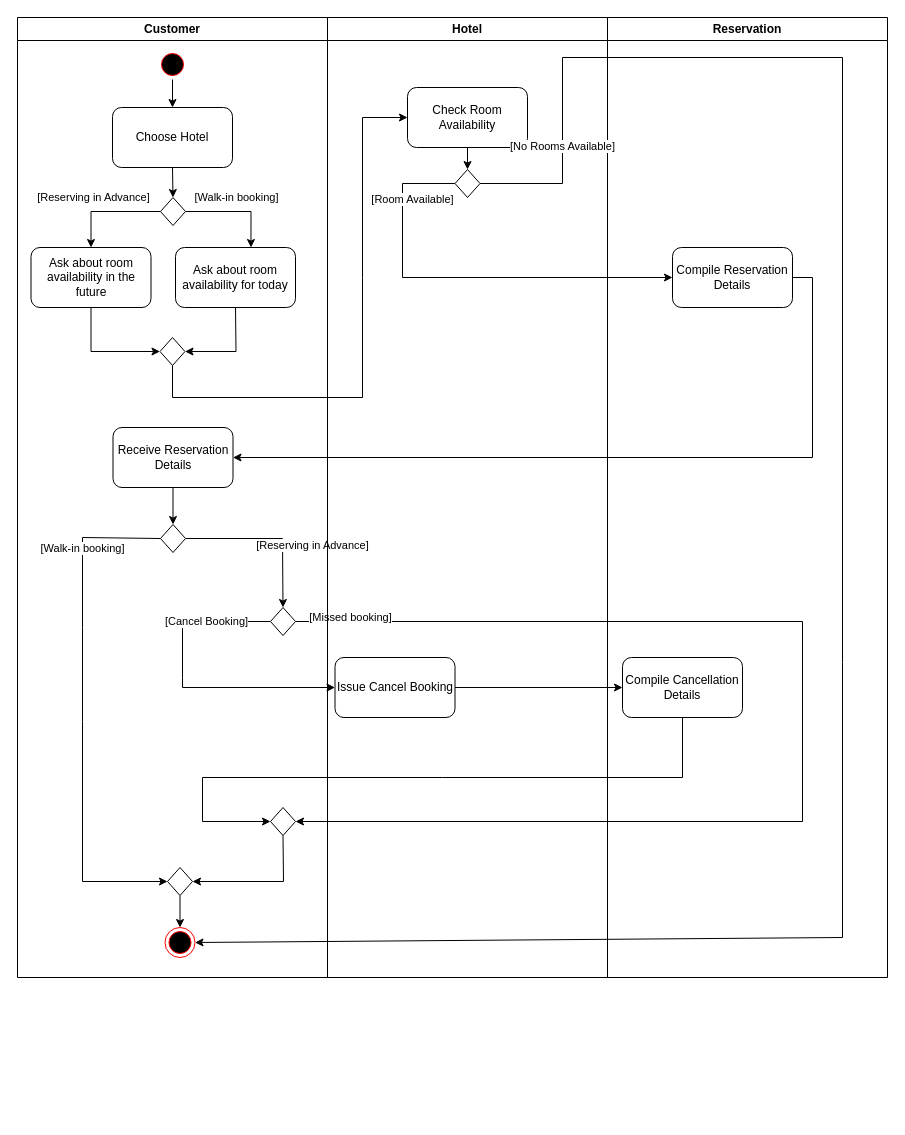
Before: week1/Assing2 Hotel Activity Diagram.drawio in Darren-ODonnell/BusinessModellingDiagrams, a draw.io diagram. Source tidied: cells renumbered, new cells numbered last; positions are measured from the earlier drawing's top-left corner, leaving out a move shared by most shapes. Both pictures are drawn from the tidied source at 100%, with x=0, y=0 at pixel (17, 17).
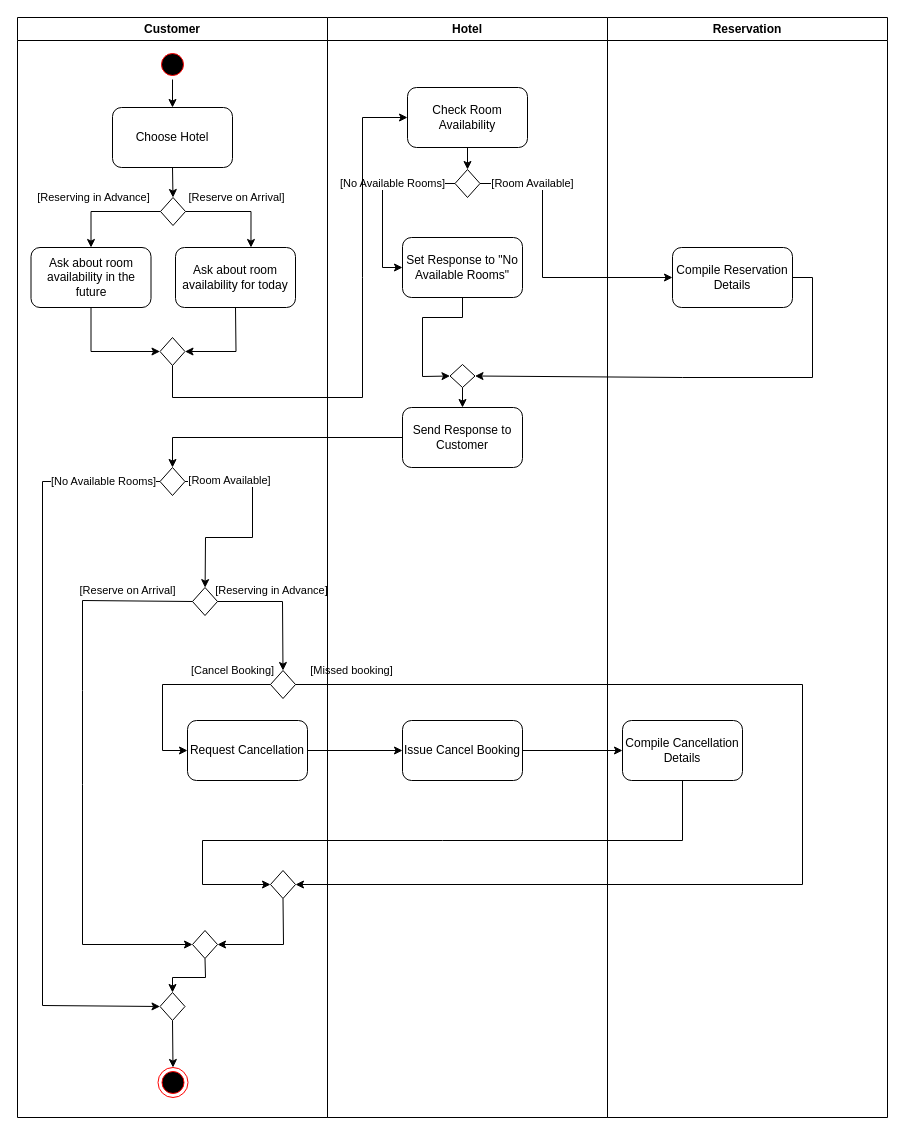
Above is the later version.

The change refers to these unchanged cells:
```xml
<mxCell id="6" value="Ask about room availability for today" style="rounded=1;whiteSpace=wrap;html=1;" parent="2" vertex="1">
  <mxGeometry x="158" y="230" width="120" height="60" as="geometry" />
</mxCell>
<mxCell id="9" style="rhombus;whiteSpace=wrap;html=1;" parent="2" vertex="1">
  <mxGeometry x="143" y="180" width="25" height="28" as="geometry" />
</mxCell>
<mxCell id="30" style="rhombus;whiteSpace=wrap;html=1;" parent="27" vertex="1">
  <mxGeometry x="127.5" y="152" width="25" height="28" as="geometry" />
</mxCell>
<mxCell id="34" value="Compile Reservation Details" style="rounded=1;whiteSpace=wrap;html=1;" parent="33" vertex="1">
  <mxGeometry x="65" y="230" width="120" height="60" as="geometry" />
</mxCell>
```

The edit, as a diff of the source:
```diff
@@
     <mxCell id="2" value="Customer" style="swimlane;whiteSpace=wrap;" parent="1" vertex="1">
-      <mxGeometry width="310" height="960" as="geometry" />
+      <mxGeometry width="310" height="1100" as="geometry" />
     </mxCell>
@@
-    <mxCell id="8" value="[Walk-in booking]" style="edgeStyle=none;rounded=0;jettySize=auto;html=1;exitX=1;exitY=0.5;exitDx=0;exitDy=0;entryX=0.629;entryY=0;entryDx=0;entryDy=0;entryPerimeter=0;" parent="2" edge="1" source="9" target="6">
+    <mxCell id="8" value="[Reserve on Arrival]" style="edgeStyle=none;rounded=0;jettySize=auto;html=1;exitX=1;exitY=0.5;exitDx=0;exitDy=0;entryX=0.629;entryY=0;entryDx=0;entryDy=0;entryPerimeter=0;" parent="2" edge="1" source="9" target="6">
       <mxGeometry x="-0.01" y="14" relative="1" as="geometry">
         <Array as="points">
           <mxPoint x="233.5" y="194" />
         </Array>
         <mxPoint x="1" as="offset" />
       </mxGeometry>
     </mxCell>
@@
     <mxCell id="14" style="ellipse;html=1;shape=endState;fillColor=#000000;strokeColor=#ff0000;" parent="2" vertex="1">
-      <mxGeometry x="147.5" y="910" width="30" height="30" as="geometry" />
+      <mxGeometry x="140.5" y="1050" width="30" height="30" as="geometry" />
     </mxCell>
     <mxCell id="15" style="rhombus;whiteSpace=wrap;html=1;" parent="2" vertex="1">
-      <mxGeometry x="143" y="507" width="25" height="28" as="geometry" />
+      <mxGeometry x="175" y="570" width="25" height="28" as="geometry" />
     </mxCell>
@@
-    <mxCell id="17" style="edgeStyle=none;rounded=0;jettySize=auto;html=1;exitX=0.5;exitY=1;exitDx=0;exitDy=0;entryX=0.5;entryY=0;entryDx=0;entryDy=0;" parent="2" edge="1" source="18" target="15">
-      <mxGeometry relative="1" as="geometry" />
-    </mxCell>
-    <mxCell id="18" value="Receive Reservation Details" style="rounded=1;whiteSpace=wrap;html=1;" parent="2" vertex="1">
-      <mxGeometry x="95.5" y="410" width="120" height="60" as="geometry" />
-    </mxCell>
-    <mxCell id="19" value="[Walk-in booking]" style="edgeStyle=none;rounded=0;jettySize=auto;html=1;exitX=0;exitY=0.5;exitDx=0;exitDy=0;entryX=0;entryY=0.5;entryDx=0;entryDy=0;" parent="2" edge="1" source="15" target="22">
-      <mxGeometry x="-0.65" relative="1" as="geometry">
+    <mxCell id="19" value="[Reserve on Arrival]" style="edgeStyle=none;rounded=0;jettySize=auto;html=1;exitX=0;exitY=0.5;exitDx=0;exitDy=0;entryX=0;entryY=0.5;entryDx=0;entryDy=0;" parent="2" edge="1" source="15" target="22">
+      <mxGeometry x="-0.77" y="-10" relative="1" as="geometry">
         <Array as="points">
-          <mxPoint x="65" y="520" />
-          <mxPoint x="65" y="610" />
-          <mxPoint x="65" y="704" />
-          <mxPoint x="65" y="864" />
+          <mxPoint x="65" y="583" />
+          <mxPoint x="65" y="673" />
+          <mxPoint x="65" y="767" />
+          <mxPoint x="65" y="927" />
         </Array>
       </mxGeometry>
     </mxCell>
     <mxCell id="20" value="[Reserving in Advance]" style="edgeStyle=none;rounded=0;jettySize=auto;html=1;exitX=1;exitY=0.5;exitDx=0;exitDy=0;entryX=0.5;entryY=0;entryDx=0;entryDy=0;" parent="2" edge="1" source="15" target="23">
-      <mxGeometry x="0.25" y="30" relative="1" as="geometry">
+      <mxGeometry x="-0.19" y="11" relative="1" as="geometry">
         <Array as="points">
-          <mxPoint x="265" y="521" />
+          <mxPoint x="265" y="584" />
         </Array>
       </mxGeometry>
     </mxCell>
-    <mxCell id="21" style="edgeStyle=none;rounded=0;jettySize=auto;html=1;exitX=0.5;exitY=1;exitDx=0;exitDy=0;entryX=0.5;entryY=0;entryDx=0;entryDy=0;" parent="2" edge="1" source="22" target="14">
-      <mxGeometry relative="1" as="geometry" />
-    </mxCell>
+    <mxCell id="42" style="edgeStyle=none;rounded=0;jettySize=auto;html=1;exitX=0.5;exitY=1;exitDx=0;exitDy=0;entryX=0.5;entryY=0;entryDx=0;entryDy=0;" parent="2" edge="1" source="22" target="49">
+      <mxGeometry relative="1" as="geometry">
+        <Array as="points">
+          <mxPoint x="188" y="960" />
+          <mxPoint x="155" y="960" />
+        </Array>
+      </mxGeometry>
+    </mxCell>
     <mxCell id="22" style="rhombus;whiteSpace=wrap;html=1;" parent="2" vertex="1">
-      <mxGeometry x="150" y="850" width="25" height="28" as="geometry" />
+      <mxGeometry x="175" y="913" width="25" height="28" as="geometry" />
     </mxCell>
     <mxCell id="23" style="rhombus;whiteSpace=wrap;html=1;" parent="2" vertex="1">
-      <mxGeometry x="253" y="590" width="25" height="28" as="geometry" />
+      <mxGeometry x="253" y="653" width="25" height="28" as="geometry" />
     </mxCell>
     <mxCell id="24" style="edgeStyle=none;rounded=0;jettySize=auto;html=1;exitX=0.5;exitY=1;exitDx=0;exitDy=0;entryX=1;entryY=0.5;entryDx=0;entryDy=0;" parent="2" edge="1" source="25" target="22">
       <mxGeometry relative="1" as="geometry">
         <Array as="points">
-          <mxPoint x="266" y="864" />
+          <mxPoint x="266" y="927" />
         </Array>
       </mxGeometry>
     </mxCell>
     <mxCell id="25" style="rhombus;whiteSpace=wrap;html=1;" parent="2" vertex="1">
-      <mxGeometry x="253" y="790" width="25" height="28" as="geometry" />
+      <mxGeometry x="253" y="853" width="25" height="28" as="geometry" />
     </mxCell>
     <mxCell id="26" value="[Missed booking]" style="edgeStyle=none;rounded=0;jettySize=auto;html=1;exitX=1;exitY=0.5;exitDx=0;exitDy=0;entryX=1;entryY=0.5;entryDx=0;entryDy=0;" parent="2" edge="1" source="23" target="25">
-      <mxGeometry x="-0.91" y="4" relative="1" as="geometry">
+      <mxGeometry x="-0.91" y="14" relative="1" as="geometry">
         <Array as="points">
-          <mxPoint x="785" y="604" />
-          <mxPoint x="785" y="804" />
+          <mxPoint x="785" y="667" />
+          <mxPoint x="785" y="867" />
         </Array>
+        <mxPoint x="1" as="offset" />
       </mxGeometry>
     </mxCell>
+    <mxCell id="43" value="Request Cancellation" style="rounded=1;whiteSpace=wrap;html=1;" parent="2" vertex="1">
+      <mxGeometry x="170" y="703" width="120" height="60" as="geometry" />
+    </mxCell>
+    <mxCell id="39" value="[Cancel Booking]" style="edgeStyle=none;rounded=0;jettySize=auto;html=1;exitX=0;exitY=0.5;exitDx=0;exitDy=0;entryX=0;entryY=0.5;entryDx=0;entryDy=0;" parent="2" edge="1" source="23" target="43">
+      <mxGeometry x="-0.62" y="-14" relative="1" as="geometry">
+        <Array as="points">
+          <mxPoint x="145" y="667" />
+          <mxPoint x="145" y="733" />
+        </Array>
+      </mxGeometry>
+    </mxCell>
+    <mxCell id="44" value="[No Available Rooms]" style="edgeStyle=none;rounded=0;jettySize=auto;html=1;exitX=0;exitY=0.5;exitDx=0;exitDy=0;entryX=0;entryY=0.5;entryDx=0;entryDy=0;" parent="2" edge="1" target="49">
+      <mxGeometry x="-0.85" relative="1" as="geometry">
+        <mxPoint x="142.5" y="464" as="sourcePoint" />
+        <Array as="points">
+          <mxPoint x="85" y="464" />
+          <mxPoint x="25" y="464" />
+          <mxPoint x="25" y="988" />
+        </Array>
+      </mxGeometry>
+    </mxCell>
+    <mxCell id="45" style="edgeStyle=none;rounded=0;jettySize=auto;html=1;exitX=1;exitY=0.5;exitDx=0;exitDy=0;" parent="2" edge="1" source="47" target="15">
+      <mxGeometry relative="1" as="geometry">
+        <Array as="points">
+          <mxPoint x="235" y="464" />
+          <mxPoint x="235" y="520" />
+          <mxPoint x="188" y="520" />
+        </Array>
+      </mxGeometry>
+    </mxCell>
+    <mxCell id="46" value="[Room Available]" style="edgeLabel;html=1;align=center;verticalAlign=middle;" parent="45" vertex="1">
+      <mxGeometry x="-0.6" y="2" relative="1" as="geometry" />
+    </mxCell>
+    <mxCell id="47" style="rhombus;whiteSpace=wrap;html=1;" parent="2" vertex="1">
+      <mxGeometry x="142.5" y="450" width="25" height="28" as="geometry" />
+    </mxCell>
+    <mxCell id="48" style="edgeStyle=none;rounded=0;jettySize=auto;html=1;exitX=0.5;exitY=1;exitDx=0;exitDy=0;entryX=0.5;entryY=0;entryDx=0;entryDy=0;" parent="2" edge="1" source="49" target="14">
+      <mxGeometry relative="1" as="geometry" />
+    </mxCell>
+    <mxCell id="49" style="rhombus;whiteSpace=wrap;html=1;" parent="2" vertex="1">
+      <mxGeometry x="142.5" y="975" width="25" height="28" as="geometry" />
+    </mxCell>
     <mxCell id="27" value="Hotel" style="swimlane;whiteSpace=wrap;startSize=23;" parent="1" vertex="1">
-      <mxGeometry x="310" width="280" height="960" as="geometry" />
+      <mxGeometry x="310" width="280" height="1100" as="geometry" />
     </mxCell>
@@
+    <mxCell id="50" value="[No Available Rooms]" style="edgeStyle=none;rounded=0;jettySize=auto;html=1;exitX=0;exitY=0.5;exitDx=0;exitDy=0;entryX=0;entryY=0.5;entryDx=0;entryDy=0;" parent="27" edge="1" source="30" target="55">
+      <mxGeometry x="-0.29" relative="1" as="geometry">
+        <Array as="points">
+          <mxPoint x="55" y="166" />
+          <mxPoint x="55" y="250" />
+        </Array>
+      </mxGeometry>
+    </mxCell>
@@
     <mxCell id="31" value="Issue Cancel Booking" style="rounded=1;whiteSpace=wrap;html=1;" parent="27" vertex="1">
-      <mxGeometry x="7.5" y="640" width="120" height="60" as="geometry" />
+      <mxGeometry x="75" y="703" width="120" height="60" as="geometry" />
     </mxCell>
+    <mxCell id="51" value="Send Response to Customer" style="rounded=1;whiteSpace=wrap;html=1;" parent="27" vertex="1">
+      <mxGeometry x="75" y="390" width="120" height="60" as="geometry" />
+    </mxCell>
+    <mxCell id="52" style="edgeStyle=none;rounded=0;jettySize=auto;html=1;exitX=0.5;exitY=1;exitDx=0;exitDy=0;entryX=0.5;entryY=0;entryDx=0;entryDy=0;" parent="27" edge="1" source="53" target="51">
+      <mxGeometry relative="1" as="geometry" />
+    </mxCell>
+    <mxCell id="53" style="rhombus;whiteSpace=wrap;html=1;" parent="27" vertex="1">
+      <mxGeometry x="122.5" y="347" width="25" height="23" as="geometry" />
+    </mxCell>
+    <mxCell id="54" style="edgeStyle=none;rounded=0;jettySize=auto;html=1;exitX=0.5;exitY=1;exitDx=0;exitDy=0;entryX=0;entryY=0.5;entryDx=0;entryDy=0;" parent="27" edge="1" source="55" target="53">
+      <mxGeometry relative="1" as="geometry">
+        <Array as="points">
+          <mxPoint x="135" y="300" />
+          <mxPoint x="95" y="300" />
+          <mxPoint x="95" y="359" />
+        </Array>
+      </mxGeometry>
+    </mxCell>
+    <mxCell id="55" value="Set Response to &quot;No Available Rooms&quot;" style="rounded=1;whiteSpace=wrap;html=1;" parent="27" vertex="1">
+      <mxGeometry x="75" y="220" width="120" height="60" as="geometry" />
+    </mxCell>
@@
     <mxCell id="33" value="Reservation" style="swimlane;whiteSpace=wrap;" parent="1" vertex="1">
-      <mxGeometry x="590" width="280" height="960" as="geometry" />
+      <mxGeometry x="590" width="280" height="1100" as="geometry" />
     </mxCell>
@@
     <mxCell id="35" value="Compile Cancellation Details" style="rounded=1;whiteSpace=wrap;html=1;" parent="33" vertex="1">
-      <mxGeometry x="15" y="640" width="120" height="60" as="geometry" />
+      <mxGeometry x="15" y="703" width="120" height="60" as="geometry" />
     </mxCell>
-    <mxCell id="36" value="[No Rooms Available]" style="edgeStyle=none;rounded=0;jettySize=auto;html=1;exitX=1;exitY=0.5;exitDx=0;exitDy=0;entryX=1;entryY=0.5;entryDx=0;entryDy=0;" parent="1" edge="1" source="30" target="14">
-      <mxGeometry x="-0.88" relative="1" as="geometry">
-        <Array as="points">
-          <mxPoint x="545" y="166" />
-          <mxPoint x="545" y="40" />
-          <mxPoint x="825" y="40" />
-          <mxPoint x="825" y="645" />
-          <mxPoint x="825" y="920" />
-        </Array>
-        <mxPoint y="1" as="offset" />
-      </mxGeometry>
-    </mxCell>
-    <mxCell id="37" value="[Room Available]" style="edgeStyle=none;rounded=0;jettySize=auto;html=1;exitX=0;exitY=0.5;exitDx=0;exitDy=0;entryX=0;entryY=0.5;entryDx=0;entryDy=0;" parent="1" edge="1" source="30" target="34">
-      <mxGeometry x="-0.68" y="10" relative="1" as="geometry">
+    <mxCell id="37" value="[Room Available]" style="edgeStyle=none;rounded=0;jettySize=auto;html=1;entryX=0;entryY=0.5;entryDx=0;entryDy=0;exitX=1;exitY=0.5;exitDx=0;exitDy=0;" parent="1" edge="1" source="30" target="34">
+      <mxGeometry x="-0.75" y="-16" relative="1" as="geometry">
         <Array as="points">
-          <mxPoint x="385" y="166" />
-          <mxPoint x="385" y="260" />
+          <mxPoint x="525" y="166" />
+          <mxPoint x="525" y="260" />
         </Array>
-        <mxPoint y="1" as="offset" />
+        <mxPoint x="16" y="-16" as="offset" />
       </mxGeometry>
     </mxCell>
-    <mxCell id="38" style="edgeStyle=none;rounded=0;jettySize=auto;html=1;exitX=1;exitY=0.5;exitDx=0;exitDy=0;entryX=1;entryY=0.5;entryDx=0;entryDy=0;" parent="1" edge="1" source="34" target="18">
+    <mxCell id="38" style="edgeStyle=none;rounded=0;jettySize=auto;html=1;exitX=1;exitY=0.5;exitDx=0;exitDy=0;entryX=1;entryY=0.5;entryDx=0;entryDy=0;" parent="1" edge="1" source="34" target="53">
       <mxGeometry relative="1" as="geometry">
         <Array as="points">
           <mxPoint x="795" y="260" />
-          <mxPoint x="795" y="440" />
+          <mxPoint x="795" y="360" />
+          <mxPoint x="665" y="360" />
         </Array>
       </mxGeometry>
     </mxCell>
-    <mxCell id="39" value="[Cancel Booking]" style="edgeStyle=none;rounded=0;jettySize=auto;html=1;exitX=0;exitY=0.5;exitDx=0;exitDy=0;entryX=0;entryY=0.5;entryDx=0;entryDy=0;" parent="1" edge="1" source="23" target="31">
-      <mxGeometry x="-0.58" relative="1" as="geometry">
-        <Array as="points">
-          <mxPoint x="165" y="604" />
-          <mxPoint x="165" y="660" />
-          <mxPoint x="165" y="670" />
-        </Array>
-      </mxGeometry>
-    </mxCell>
@@
     <mxCell id="41" style="edgeStyle=none;rounded=0;jettySize=auto;html=1;exitX=0.5;exitY=1;exitDx=0;exitDy=0;entryX=0;entryY=0.5;entryDx=0;entryDy=0;" parent="1" edge="1" source="35" target="25">
       <mxGeometry relative="1" as="geometry">
         <Array as="points">
-          <mxPoint x="665" y="760" />
-          <mxPoint x="425" y="760" />
-          <mxPoint x="185" y="760" />
-          <mxPoint x="185" y="804" />
+          <mxPoint x="665" y="823" />
+          <mxPoint x="425" y="823" />
+          <mxPoint x="185" y="823" />
+          <mxPoint x="185" y="867" />
         </Array>
       </mxGeometry>
     </mxCell>
+    <mxCell id="56" style="edgeStyle=none;rounded=0;jettySize=auto;html=1;exitX=1;exitY=0.5;exitDx=0;exitDy=0;entryX=0;entryY=0.5;entryDx=0;entryDy=0;" parent="1" edge="1" source="43" target="31">
+      <mxGeometry relative="1" as="geometry" />
+    </mxCell>
+    <mxCell id="57" style="edgeStyle=none;rounded=0;jettySize=auto;html=1;entryX=0.5;entryY=0;entryDx=0;entryDy=0;" parent="1" edge="1" source="51" target="47">
+      <mxGeometry relative="1" as="geometry">
+        <Array as="points">
+          <mxPoint x="155" y="420" />
+        </Array>
+      </mxGeometry>
+    </mxCell>
```
